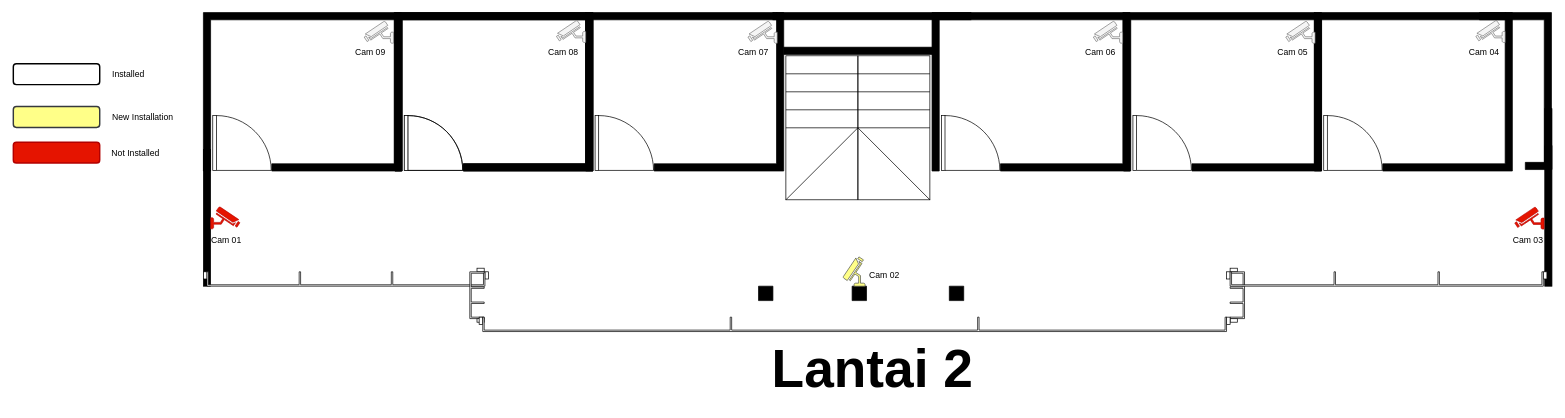
Above: page "2nd - floor" (2 of 4) of Diagram Tanpa Judul.drawio in mohammadrifanmushlih17/My-Project-Draw (draw.io), before the change. Source tidied: cells renumbered, new cells numbered last; positions are measured from the earlier drawing's top-left corner, leaving out a move shared by most shapes. Both pictures are drawn from the tidied source at 72%, with x=0, y=0 at pixel (13, 12).
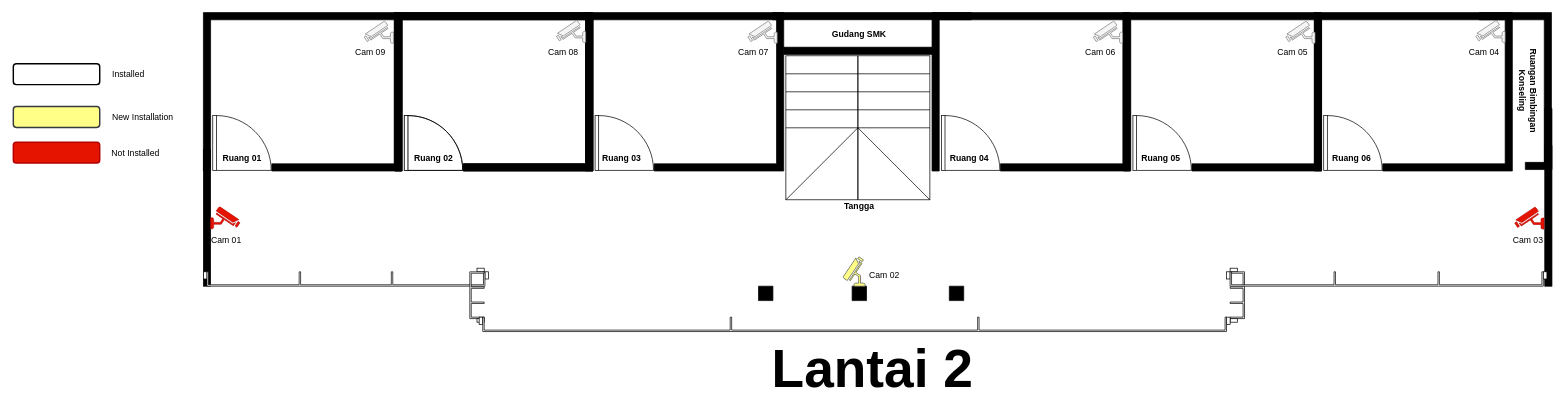
The same diagram, later.

What changed in the source:
```diff
@@
+    <mxCell id="68" value="Gudang SMK" style="text;html=1;align=center;verticalAlign=middle;whiteSpace=wrap;rounded=0;fontStyle=1;" parent="1" vertex="1">
+      <mxGeometry x="1120" y="15.5" width="110" height="30" as="geometry" />
+    </mxCell>
+    <mxCell id="69" value="Ruang 02" style="text;html=1;align=center;verticalAlign=middle;whiteSpace=wrap;rounded=0;fontStyle=1;" parent="1" vertex="1">
+      <mxGeometry x="554" y="187.2" width="60" height="30" as="geometry" />
+    </mxCell>
+    <mxCell id="70" value="Ruang 03" style="text;html=1;align=center;verticalAlign=middle;whiteSpace=wrap;rounded=0;fontStyle=1;" parent="1" vertex="1">
+      <mxGeometry x="815" y="187.2" width="60" height="30" as="geometry" />
+    </mxCell>
+    <mxCell id="71" value="Ruang 01" style="text;html=1;align=center;verticalAlign=middle;whiteSpace=wrap;rounded=0;fontStyle=1;" parent="1" vertex="1">
+      <mxGeometry x="287.5" y="186.5" width="60" height="30" as="geometry" />
+    </mxCell>
+    <mxCell id="72" value="Ruang 06" style="text;html=1;align=center;verticalAlign=middle;whiteSpace=wrap;rounded=0;fontStyle=1;" parent="1" vertex="1">
+      <mxGeometry x="1828.5" y="188.2" width="60" height="30" as="geometry" />
+    </mxCell>
+    <mxCell id="73" value="Ruang 04" style="text;html=1;align=center;verticalAlign=middle;whiteSpace=wrap;rounded=0;fontStyle=1;" parent="1" vertex="1">
+      <mxGeometry x="1298" y="188" width="60" height="30" as="geometry" />
+    </mxCell>
+    <mxCell id="74" value="Tangga" style="text;html=1;align=center;verticalAlign=middle;whiteSpace=wrap;rounded=0;fontStyle=1;" parent="1" vertex="1">
+      <mxGeometry x="1145" y="253.5" width="60" height="30" as="geometry" />
+    </mxCell>
+    <mxCell id="75" value="Ruang 05" style="text;html=1;align=center;verticalAlign=middle;whiteSpace=wrap;rounded=0;fontStyle=1;" parent="1" vertex="1">
+      <mxGeometry x="1564" y="187" width="60" height="30" as="geometry" />
+    </mxCell>
+    <mxCell id="76" value="Ruangan Bimbingan Konseling" style="text;html=1;align=center;verticalAlign=middle;whiteSpace=wrap;rounded=0;fontStyle=1;rotation=90;" parent="1" vertex="1">
+      <mxGeometry x="2041.4" y="93.9" width="125.7" height="30" as="geometry" />
+    </mxCell>
```
